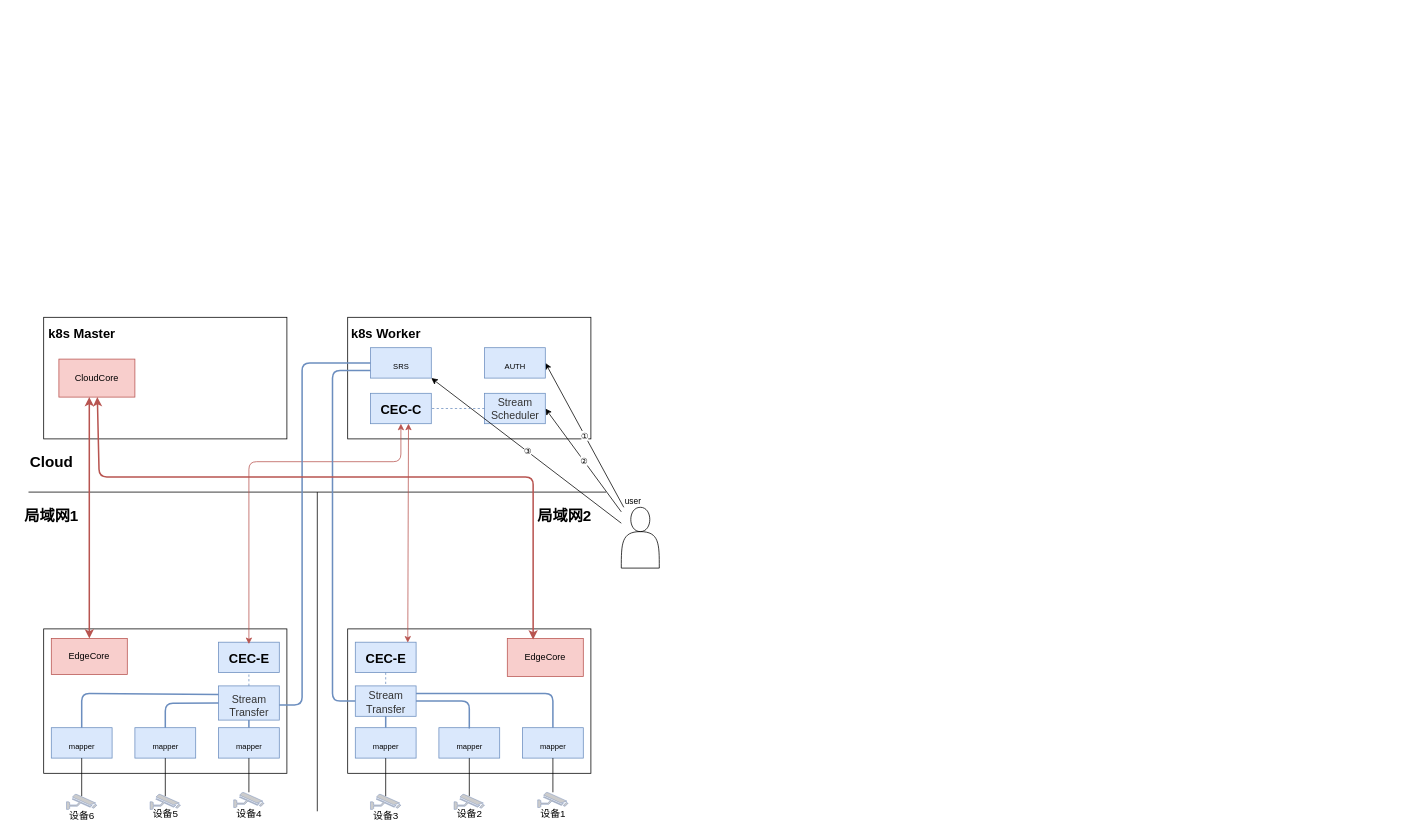
Above: Untitled Diagram.drawio in luckymark/c2019 (draw.io), before the change. Source tidied: cells renumbered, new cells numbered last; positions are measured from the earlier drawing's top-left corner, leaving out a move shared by most shapes. Both pictures are drawn from the tidied source at 76%, with x=0, y=0 at pixel (13, 317).
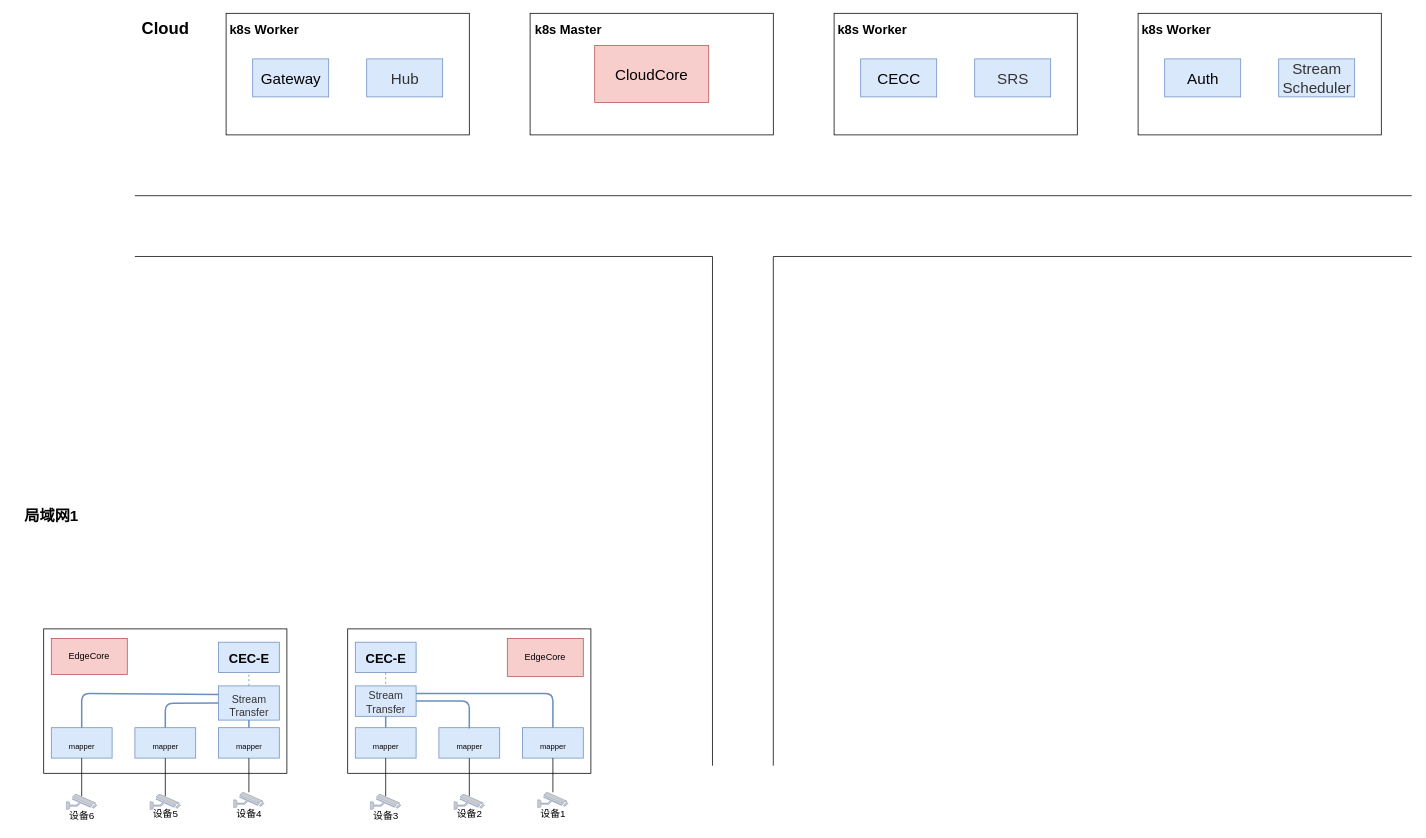
The same diagram, later.

Unchanged cells that the change refers to:
```xml
<mxCell id="26" value="EdgeCore" style="rounded=0;whiteSpace=wrap;html=1;strokeWidth=1;fillColor=#f8cecc;strokeColor=#b85450;" parent="1" vertex="1">
  <mxGeometry x="50" y="422.5" width="100" height="47.5" as="geometry" />
</mxCell>
<mxCell id="41" value="&lt;font style=&quot;font-size: 17px&quot;&gt;CEC-E&lt;/font&gt;" style="text;strokeColor=#6c8ebf;fillColor=#dae8fc;html=1;fontSize=24;fontStyle=1;verticalAlign=middle;align=center;strokeWidth=1;" parent="39" vertex="1">
  <mxGeometry x="10" y="47.5" width="80" height="40" as="geometry" />
</mxCell>
<mxCell id="46" value="EdgeCore" style="rounded=0;whiteSpace=wrap;html=1;strokeWidth=1;fillColor=#f8cecc;strokeColor=#b85450;" parent="39" vertex="1">
  <mxGeometry x="210" y="42.5" width="100" height="50" as="geometry" />
</mxCell>
<mxCell id="47" value="&lt;p style=&quot;line-height: 60%&quot;&gt;&lt;span style=&quot;color: rgb(51 , 51 , 51) ; font-size: 14px ; font-weight: 400&quot;&gt;Stream&lt;/span&gt;&lt;br style=&quot;color: rgb(51 , 51 , 51) ; font-size: 14px ; font-weight: 400&quot;&gt;&lt;font color=&quot;#333333&quot;&gt;&lt;span style=&quot;font-size: 14px ; font-weight: 400&quot;&gt;Transfer&lt;/span&gt;&lt;/font&gt;&lt;br&gt;&lt;/p&gt;" style="text;strokeColor=#6c8ebf;fillColor=#dae8fc;html=1;fontSize=24;fontStyle=1;verticalAlign=middle;align=center;strokeWidth=1;" parent="39" vertex="1">
  <mxGeometry x="10" y="105" width="80" height="40" as="geometry" />
</mxCell>
```

The edit, as a diff of the source:
```diff
@@
     <mxCell id="2" style="rounded=0;whiteSpace=wrap;html=1;" parent="1" vertex="1">
-      <mxGeometry x="440" width="320" height="160" as="geometry" />
+      <mxGeometry x="1080" y="-400" width="320" height="160" as="geometry" />
     </mxCell>
     <mxCell id="3" style="rounded=0;whiteSpace=wrap;html=1;" parent="1" vertex="1">
-      <mxGeometry x="40" width="320" height="160" as="geometry" />
+      <mxGeometry x="680" y="-400" width="320" height="160" as="geometry" />
     </mxCell>
     <mxCell id="4" value="&lt;font style=&quot;font-size: 17px&quot;&gt;k8s Master&lt;/font&gt;" style="text;strokeColor=none;fillColor=none;html=1;fontSize=24;fontStyle=1;verticalAlign=middle;align=center;" parent="1" vertex="1">
-      <mxGeometry x="40" width="100" height="40" as="geometry" />
+      <mxGeometry x="680" y="-400" width="100" height="40" as="geometry" />
     </mxCell>
     <mxCell id="5" value="&lt;font style=&quot;font-size: 17px&quot;&gt;k8s Worker&lt;/font&gt;" style="text;strokeColor=none;fillColor=none;html=1;fontSize=24;fontStyle=1;verticalAlign=middle;align=center;" parent="1" vertex="1">
-      <mxGeometry x="440" width="100" height="40" as="geometry" />
+      <mxGeometry x="1080" y="-400" width="100" height="40" as="geometry" />
     </mxCell>
@@
-    <mxCell id="7" value="&lt;font style=&quot;font-size: 17px&quot;&gt;CEC-C&lt;/font&gt;" style="text;strokeColor=#6c8ebf;fillColor=#dae8fc;html=1;fontSize=24;fontStyle=1;verticalAlign=middle;align=center;" parent="1" vertex="1">
-      <mxGeometry x="470" y="100" width="80" height="40" as="geometry" />
-    </mxCell>
@@
-    <mxCell id="11" style="shape=actor;whiteSpace=wrap;html=1;" parent="1" vertex="1">
-      <mxGeometry x="800" y="250" width="50" height="80" as="geometry" />
-    </mxCell>
@@
-    <mxCell id="14" style="endArrow=classic;html=1;strokeWidth=1;entryX=1;entryY=0.5;entryDx=0;entryDy=0;" parent="1" edge="1" source="11" target="60">
-      <mxGeometry relative="1" as="geometry" />
-    </mxCell>
-    <mxCell id="15" value="①" style="edgeLabel;html=1;align=center;verticalAlign=middle;" parent="14" vertex="1">
-      <mxGeometry relative="1" as="geometry" />
-    </mxCell>
-    <mxCell id="16" value="user" style="edgeLabel;html=1;align=left;verticalAlign=bottom;" parent="14" vertex="1">
-      <mxGeometry x="-1" relative="1" as="geometry" />
-    </mxCell>
-    <mxCell id="17" style="endArrow=classic;html=1;strokeWidth=1;entryX=1;entryY=0.5;entryDx=0;entryDy=0;" parent="1" edge="1" source="11" target="61">
-      <mxGeometry relative="1" as="geometry" />
-    </mxCell>
-    <mxCell id="18" value="②" style="edgeLabel;html=1;align=center;verticalAlign=middle;" parent="17" vertex="1">
-      <mxGeometry relative="1" as="geometry" />
-    </mxCell>
     <mxCell id="19" style="endArrow=none;html=1;strokeWidth=1;" parent="1" edge="1">
       <mxGeometry relative="1" as="geometry">
-        <mxPoint x="20" y="230" as="sourcePoint" />
-        <mxPoint x="780" y="230" as="targetPoint" />
+        <mxPoint x="160" y="-160" as="sourcePoint" />
+        <mxPoint x="1840" y="-160" as="targetPoint" />
       </mxGeometry>
     </mxCell>
-    <mxCell id="20" style="endArrow=none;html=1;strokeWidth=1;" parent="1" edge="1">
-      <mxGeometry relative="1" as="geometry">
-        <mxPoint x="400" y="650" as="sourcePoint" />
-        <mxPoint x="400" y="230" as="targetPoint" />
-      </mxGeometry>
-    </mxCell>
-    <mxCell id="21" value="&lt;font style=&quot;font-size: 20px&quot;&gt;Cloud&lt;/font&gt;" style="text;strokeColor=none;fillColor=none;html=1;fontSize=24;fontStyle=1;verticalAlign=middle;align=center;" parent="1" vertex="1">
-      <mxGeometry y="170" width="100" height="40" as="geometry" />
+    <mxCell id="21" value="&lt;font style=&quot;font-size: 22px&quot;&gt;Cloud&lt;/font&gt;" style="text;strokeColor=none;fillColor=none;html=1;fontSize=24;fontStyle=1;verticalAlign=middle;align=center;" parent="1" vertex="1">
+      <mxGeometry x="150" y="-400" width="100" height="40" as="geometry" />
     </mxCell>
@@
-    <mxCell id="23" value="&lt;font style=&quot;font-size: 20px&quot;&gt;局域网2&lt;/font&gt;" style="text;strokeColor=none;fillColor=none;html=1;fontSize=24;fontStyle=1;verticalAlign=middle;align=center;" parent="1" vertex="1">
-      <mxGeometry x="675" y="240" width="100" height="40" as="geometry" />
-    </mxCell>
-    <mxCell id="24" style="endArrow=classic;startArrow=classic;html=1;strokeWidth=1;fillColor=#f8cecc;strokeColor=#b85450;entryX=0.5;entryY=1;entryDx=0;entryDy=0;" parent="1" edge="1" target="7">
-      <mxGeometry relative="1" as="geometry">
-        <mxPoint x="310" y="430" as="sourcePoint" />
-        <Array as="points">
-          <mxPoint x="310" y="190" />
-          <mxPoint x="510" y="190" />
-        </Array>
-      </mxGeometry>
-    </mxCell>
-    <mxCell id="25" value="CloudCore" style="rounded=0;whiteSpace=wrap;html=1;strokeWidth=1;fillColor=#f8cecc;strokeColor=#b85450;" parent="1" vertex="1">
-      <mxGeometry x="60" y="55" width="100" height="50" as="geometry" />
+    <mxCell id="25" value="&lt;font style=&quot;font-size: 20px&quot;&gt;CloudCore&lt;/font&gt;" style="rounded=0;whiteSpace=wrap;html=1;strokeWidth=1;fillColor=#f8cecc;strokeColor=#b85450;" parent="1" vertex="1">
+      <mxGeometry x="765" y="-357.5" width="150" height="75" as="geometry" />
     </mxCell>
@@
-    <mxCell id="58" style="endArrow=classic;startArrow=classic;html=1;strokeWidth=2;fillColor=#f8cecc;strokeColor=#b85450;exitX=0.5;exitY=0;exitDx=0;exitDy=0;entryX=0.4;entryY=1;entryDx=0;entryDy=0;entryPerimeter=0;" parent="1" edge="1" source="26" target="25">
-      <mxGeometry relative="1" as="geometry" />
-    </mxCell>
-    <mxCell id="59" value="&lt;span style=&quot;font-size: 10px ; font-weight: 400&quot;&gt;SRS&lt;/span&gt;" style="text;strokeColor=#6c8ebf;fillColor=#dae8fc;html=1;fontSize=24;fontStyle=1;verticalAlign=middle;align=center;strokeWidth=1;" parent="1" vertex="1">
-      <mxGeometry x="470" y="40" width="80" height="40" as="geometry" />
-    </mxCell>
-    <mxCell id="60" value="&lt;span style=&quot;font-size: 10px ; font-weight: 400&quot;&gt;AUTH&lt;br&gt;&lt;/span&gt;" style="text;strokeColor=#6c8ebf;fillColor=#dae8fc;html=1;fontSize=24;fontStyle=1;verticalAlign=middle;align=center;strokeWidth=1;" parent="1" vertex="1">
-      <mxGeometry x="620" y="40" width="80" height="40" as="geometry" />
-    </mxCell>
-    <mxCell id="61" value="&lt;span style=&quot;color: rgb(51 , 51 , 51) ; font-weight: 400 ; font-size: 14px&quot;&gt;&lt;font style=&quot;font-size: 14px ; line-height: 60%&quot;&gt;Stream&lt;br style=&quot;font-size: 14px&quot;&gt;Scheduler&lt;/font&gt;&lt;/span&gt;&lt;span style=&quot;font-size: 14px ; font-weight: 400&quot;&gt;&lt;br style=&quot;font-size: 14px&quot;&gt;&lt;/span&gt;" style="text;strokeColor=#6c8ebf;fillColor=#dae8fc;html=1;fontSize=14;fontStyle=1;verticalAlign=middle;align=center;strokeWidth=1;" parent="1" vertex="1">
-      <mxGeometry x="620" y="100" width="80" height="40" as="geometry" />
-    </mxCell>
@@
-    <mxCell id="64" style="endArrow=none;html=1;strokeWidth=2;entryX=0;entryY=0.5;entryDx=0;entryDy=0;fillColor=#dae8fc;strokeColor=#6c8ebf;" parent="1" edge="1" target="59">
-      <mxGeometry relative="1" as="geometry">
-        <mxPoint x="350" y="510" as="sourcePoint" />
-        <Array as="points">
-          <mxPoint x="380" y="510" />
-          <mxPoint x="380" y="60" />
-        </Array>
-      </mxGeometry>
-    </mxCell>
-    <mxCell id="65" style="endArrow=none;html=1;strokeWidth=2;entryX=0;entryY=0.75;entryDx=0;entryDy=0;exitX=0;exitY=0.5;exitDx=0;exitDy=0;fillColor=#dae8fc;strokeColor=#6c8ebf;" parent="1" edge="1" source="47" target="59">
-      <mxGeometry relative="1" as="geometry">
-        <Array as="points">
-          <mxPoint x="420" y="505" />
-          <mxPoint x="420" y="70" />
-        </Array>
-      </mxGeometry>
-    </mxCell>
-    <mxCell id="66" style="endArrow=classic;startArrow=classic;html=1;strokeWidth=1;exitX=0.863;exitY=0.013;exitDx=0;exitDy=0;exitPerimeter=0;fillColor=#f8cecc;strokeColor=#b85450;" parent="1" edge="1" source="41">
-      <mxGeometry relative="1" as="geometry">
-        <mxPoint x="520" y="140" as="targetPoint" />
-      </mxGeometry>
-    </mxCell>
-    <mxCell id="67" style="endArrow=classic;startArrow=classic;html=1;strokeWidth=2;exitX=0.34;exitY=0.03;exitDx=0;exitDy=0;exitPerimeter=0;fillColor=#f8cecc;strokeColor=#b85450;" parent="1" edge="1" source="46" target="25">
-      <mxGeometry relative="1" as="geometry">
-        <Array as="points">
-          <mxPoint x="684" y="210" />
-          <mxPoint x="113" y="210" />
-        </Array>
-      </mxGeometry>
-    </mxCell>
-    <mxCell id="68" style="endArrow=classic;html=1;strokeWidth=1;entryX=1;entryY=1;entryDx=0;entryDy=0;" parent="1" edge="1" source="11" target="59">
-      <mxGeometry relative="1" as="geometry" />
-    </mxCell>
-    <mxCell id="69" value="③" style="edgeLabel;html=1;align=center;verticalAlign=middle;" parent="68" vertex="1">
-      <mxGeometry relative="1" as="geometry">
-        <mxPoint x="1" as="offset" />
-      </mxGeometry>
-    </mxCell>
-    <mxCell id="70" style="endArrow=none;dashed=1;html=1;fontSize=14;strokeWidth=1;entryX=1;entryY=0.5;entryDx=0;entryDy=0;exitX=0;exitY=0.5;exitDx=0;exitDy=0;fillColor=#dae8fc;strokeColor=#6c8ebf;" parent="1" edge="1" source="61" target="7">
-      <mxGeometry relative="1" as="geometry" />
-    </mxCell>
@@
+    <mxCell id="72" style="rounded=0;whiteSpace=wrap;html=1;" parent="1" vertex="1">
+      <mxGeometry x="1480" y="-400" width="320" height="160" as="geometry" />
+    </mxCell>
+    <mxCell id="73" value="&lt;font style=&quot;font-size: 17px&quot;&gt;k8s Worker&lt;/font&gt;" style="text;strokeColor=none;fillColor=none;html=1;fontSize=24;fontStyle=1;verticalAlign=middle;align=center;" parent="1" vertex="1">
+      <mxGeometry x="1480" y="-400" width="100" height="40" as="geometry" />
+    </mxCell>
+    <mxCell id="74" value="&lt;span style=&quot;font-weight: 400&quot;&gt;&lt;font style=&quot;font-size: 20px&quot;&gt;Auth&lt;/font&gt;&lt;br&gt;&lt;/span&gt;" style="text;strokeColor=#6c8ebf;fillColor=#dae8fc;html=1;fontSize=24;fontStyle=1;verticalAlign=middle;align=center;strokeWidth=1;" parent="1" vertex="1">
+      <mxGeometry x="1515" y="-340" width="100" height="50" as="geometry" />
+    </mxCell>
+    <mxCell id="61" value="&lt;span style=&quot;color: rgb(51 , 51 , 51) ; font-weight: 400 ; font-size: 20px&quot;&gt;&lt;font style=&quot;font-size: 20px ; line-height: 60%&quot;&gt;Stream&lt;br&gt;Scheduler&lt;/font&gt;&lt;/span&gt;&lt;span style=&quot;font-size: 14px ; font-weight: 400&quot;&gt;&lt;br style=&quot;font-size: 14px&quot;&gt;&lt;/span&gt;" style="text;strokeColor=#6c8ebf;fillColor=#dae8fc;html=1;fontSize=14;fontStyle=1;verticalAlign=middle;align=center;strokeWidth=1;" parent="1" vertex="1">
+      <mxGeometry x="1665" y="-340" width="100" height="50" as="geometry" />
+    </mxCell>
+    <mxCell id="75" value="&lt;span style=&quot;font-weight: 400&quot;&gt;&lt;font style=&quot;font-size: 20px&quot;&gt;CECC&lt;/font&gt;&lt;br&gt;&lt;/span&gt;" style="text;strokeColor=#6c8ebf;fillColor=#dae8fc;html=1;fontSize=24;fontStyle=1;verticalAlign=middle;align=center;strokeWidth=1;" parent="1" vertex="1">
+      <mxGeometry x="1115" y="-340" width="100" height="50" as="geometry" />
+    </mxCell>
+    <mxCell id="59" value="&lt;span style=&quot;font-weight: 400&quot;&gt;&lt;font color=&quot;#333333&quot; style=&quot;font-size: 20px&quot;&gt;SRS&lt;/font&gt;&lt;br style=&quot;font-size: 14px&quot;&gt;&lt;/span&gt;" style="text;strokeColor=#6c8ebf;fillColor=#dae8fc;html=1;fontSize=14;fontStyle=1;verticalAlign=middle;align=center;strokeWidth=1;" parent="1" vertex="1">
+      <mxGeometry x="1265" y="-340" width="100" height="50" as="geometry" />
+    </mxCell>
+    <mxCell id="76" style="rounded=0;whiteSpace=wrap;html=1;" parent="1" vertex="1">
+      <mxGeometry x="280" y="-400" width="320" height="160" as="geometry" />
+    </mxCell>
+    <mxCell id="77" value="&lt;font style=&quot;font-size: 17px&quot;&gt;k8s Worker&lt;/font&gt;" style="text;strokeColor=none;fillColor=none;html=1;fontSize=24;fontStyle=1;verticalAlign=middle;align=center;" parent="1" vertex="1">
+      <mxGeometry x="280" y="-400" width="100" height="40" as="geometry" />
+    </mxCell>
+    <mxCell id="78" value="&lt;span style=&quot;font-weight: 400&quot;&gt;&lt;font style=&quot;font-size: 20px&quot;&gt;Gateway&lt;/font&gt;&lt;br&gt;&lt;/span&gt;" style="text;strokeColor=#6c8ebf;fillColor=#dae8fc;html=1;fontSize=24;fontStyle=1;verticalAlign=middle;align=center;strokeWidth=1;" parent="1" vertex="1">
+      <mxGeometry x="315" y="-340" width="100" height="50" as="geometry" />
+    </mxCell>
+    <mxCell id="79" value="&lt;span style=&quot;font-weight: 400&quot;&gt;&lt;font color=&quot;#333333&quot;&gt;&lt;span style=&quot;font-size: 20px&quot;&gt;Hub&lt;/span&gt;&lt;/font&gt;&lt;br style=&quot;font-size: 14px&quot;&gt;&lt;/span&gt;" style="text;strokeColor=#6c8ebf;fillColor=#dae8fc;html=1;fontSize=14;fontStyle=1;verticalAlign=middle;align=center;strokeWidth=1;" parent="1" vertex="1">
+      <mxGeometry x="465" y="-340" width="100" height="50" as="geometry" />
+    </mxCell>
+    <mxCell id="80" style="endArrow=none;html=1;strokeWidth=1;" parent="1" edge="1">
+      <mxGeometry relative="1" as="geometry">
+        <mxPoint x="160" y="-80" as="sourcePoint" />
+        <mxPoint x="920" y="-80" as="targetPoint" />
+      </mxGeometry>
+    </mxCell>
+    <mxCell id="81" style="endArrow=none;html=1;strokeWidth=1;" parent="1" edge="1">
+      <mxGeometry relative="1" as="geometry">
+        <mxPoint x="1000" y="-80" as="sourcePoint" />
+        <mxPoint x="1840" y="-80" as="targetPoint" />
+      </mxGeometry>
+    </mxCell>
+    <mxCell id="82" style="endArrow=none;html=1;fontSize=14;strokeWidth=1;" parent="1" edge="1">
+      <mxGeometry relative="1" as="geometry">
+        <mxPoint x="920" y="590" as="sourcePoint" />
+        <mxPoint x="920" y="-80" as="targetPoint" />
+      </mxGeometry>
+    </mxCell>
+    <mxCell id="83" style="endArrow=none;html=1;fontSize=14;strokeWidth=1;" parent="1" edge="1">
+      <mxGeometry relative="1" as="geometry">
+        <mxPoint x="1000" y="590" as="sourcePoint" />
+        <mxPoint x="1000" y="-80" as="targetPoint" />
+      </mxGeometry>
+    </mxCell>
```
